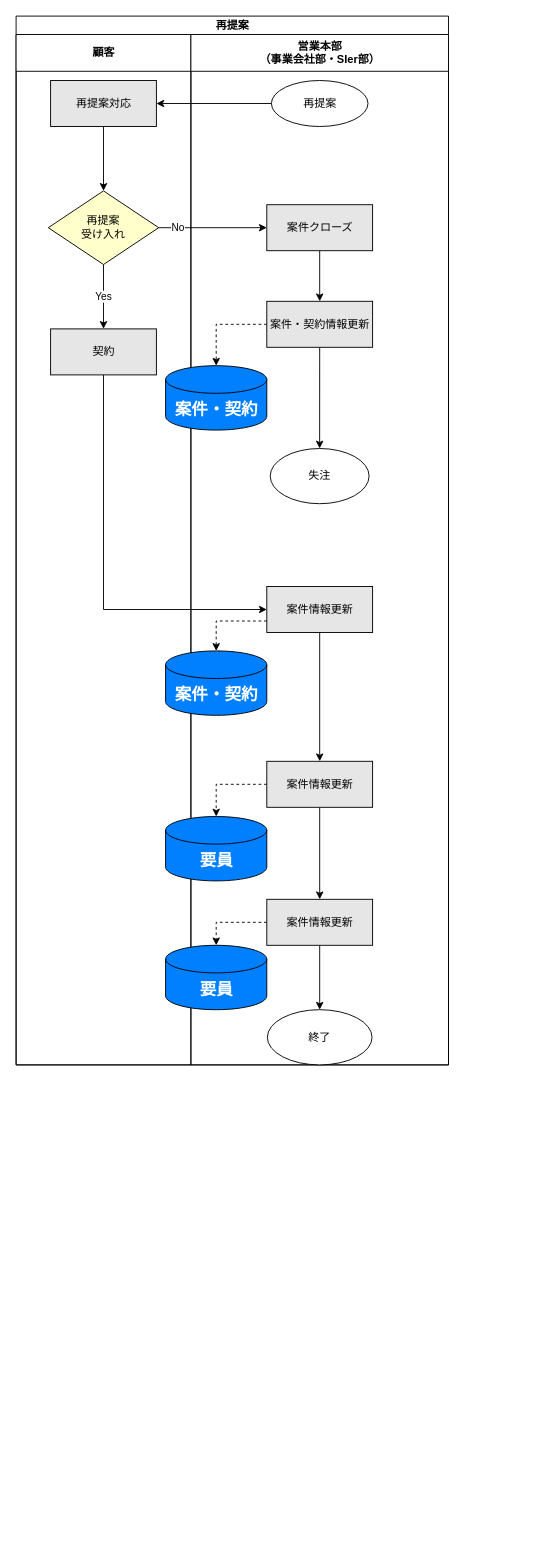
Above: page "再提案" (6 of 6) of 20230622To-Be業務フロー図.drawio in TaikiHorita/TaikiRepository (draw.io), before the change. Source tidied: cells renumbered, new cells numbered last; positions are measured from the earlier drawing's top-left corner, leaving out a move shared by most shapes. Both pictures are drawn from the tidied source at 92%, with x=0, y=0 at pixel (16, 16).
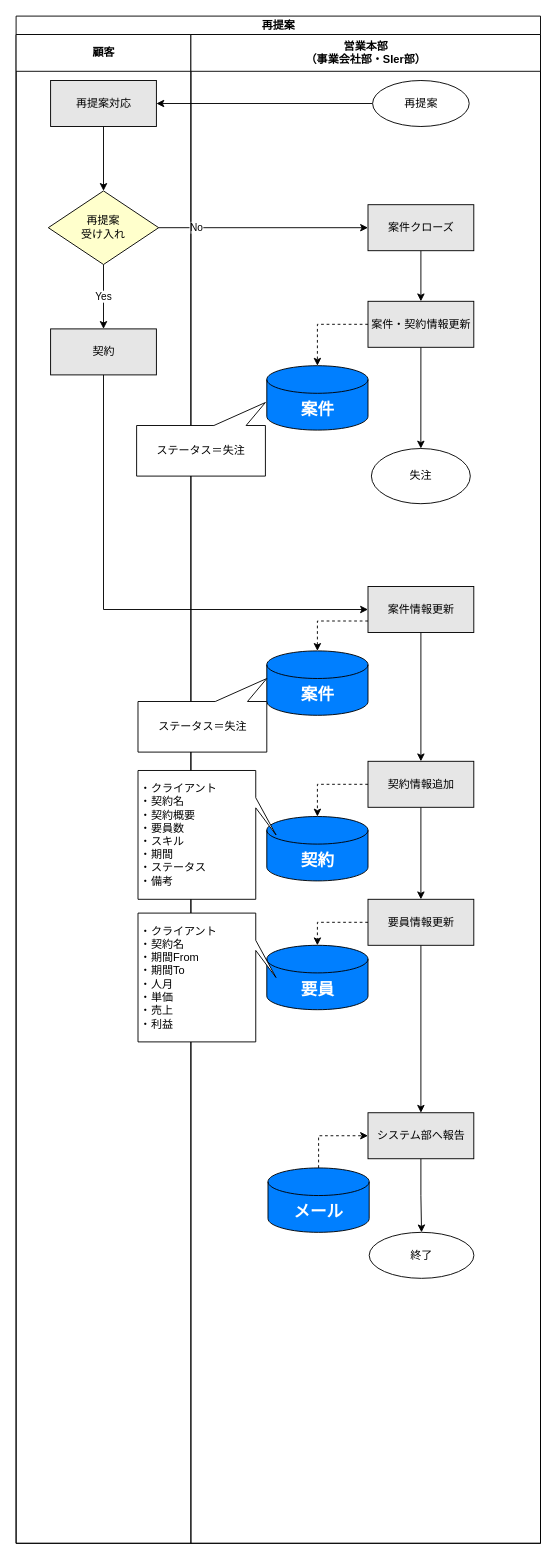
The same diagram, later.

Unchanged cells that the change refers to:
```xml
<mxCell id="5" value="再提案対応" style="rounded=0;whiteSpace=wrap;html=1;fillColor=#E6E6E6;" parent="3" vertex="1">
  <mxGeometry x="37.5" y="50" width="115" height="50" as="geometry" />
</mxCell>
<mxCell id="7" value="再提案&lt;br&gt;受け入れ" style="rhombus;whiteSpace=wrap;html=1;fillColor=#FFFFCC;" parent="3" vertex="1">
  <mxGeometry x="35" y="170" width="120" height="80" as="geometry" />
</mxCell>
<mxCell id="8" value="契約" style="rounded=0;whiteSpace=wrap;html=1;fillColor=#E6E6E6;" parent="3" vertex="1">
  <mxGeometry x="37.5" y="320" width="115" height="50" as="geometry" />
</mxCell>
```

Diff of the diagram source:
```diff
@@
     <mxCell id="2" value="再提案" style="swimlane;startSize=20;html=1;" parent="1" vertex="1">
-      <mxGeometry width="470" height="1140" as="geometry" />
+      <mxGeometry width="570" height="1660" as="geometry" />
     </mxCell>
     <mxCell id="3" value="顧客" style="swimlane;startSize=40;html=1;" parent="2" vertex="1">
-      <mxGeometry y="20" width="190" height="1120" as="geometry" />
+      <mxGeometry y="20" width="190" height="1640" as="geometry" />
     </mxCell>
@@
+    <mxCell id="31" style="edgeStyle=orthogonalEdgeStyle;rounded=0;jettySize=auto;html=1;exitX=0;exitY=0.5;exitDx=0;exitDy=0;entryX=1;entryY=0.5;entryDx=0;entryDy=0;" parent="2" edge="1" source="10" target="5">
+      <mxGeometry relative="1" as="geometry" />
+    </mxCell>
+    <mxCell id="32" value="No" style="edgeStyle=orthogonalEdgeStyle;rounded=0;jettySize=auto;html=1;exitX=1;exitY=0.5;exitDx=0;exitDy=0;entryX=0;entryY=0.5;entryDx=0;entryDy=0;" parent="2" edge="1" source="7" target="12">
+      <mxGeometry x="-0.64" relative="1" as="geometry" />
+    </mxCell>
+    <mxCell id="33" style="edgeStyle=orthogonalEdgeStyle;rounded=0;jettySize=auto;html=1;exitX=0.5;exitY=1;exitDx=0;exitDy=0;entryX=0;entryY=0.5;entryDx=0;entryDy=0;" parent="2" edge="1" source="8" target="20">
+      <mxGeometry relative="1" as="geometry" />
+    </mxCell>
     <mxCell id="9" value="営業本部&lt;br&gt;（事業会社部・SIer部）" style="swimlane;startSize=40;html=1;" parent="2" vertex="1">
-      <mxGeometry x="190" y="20" width="280" height="1120" as="geometry" />
+      <mxGeometry x="190" y="20" width="380" height="1640" as="geometry" />
     </mxCell>
     <mxCell id="10" value="再提案" style="ellipse;whiteSpace=wrap;html=1;" parent="9" vertex="1">
-      <mxGeometry x="87.5" y="50" width="105" height="50" as="geometry" />
+      <mxGeometry x="197.5" y="50" width="105" height="50" as="geometry" />
     </mxCell>
@@
     <mxCell id="12" value="案件クローズ" style="rounded=0;whiteSpace=wrap;html=1;fillColor=#E6E6E6;" parent="9" vertex="1">
-      <mxGeometry x="82.5" y="185" width="115" height="50" as="geometry" />
+      <mxGeometry x="192.5" y="185" width="115" height="50" as="geometry" />
     </mxCell>
@@
     <mxCell id="15" value="案件・契約情報更新" style="rounded=0;whiteSpace=wrap;html=1;fillColor=#E6E6E6;" parent="9" vertex="1">
-      <mxGeometry x="82.5" y="290" width="115" height="50" as="geometry" />
+      <mxGeometry x="192.5" y="290" width="115" height="50" as="geometry" />
     </mxCell>
-    <mxCell id="16" value="&lt;font color=&quot;#ffffff&quot;&gt;&lt;span style=&quot;font-size: 18px;&quot;&gt;&lt;b&gt;案件・契約&lt;/b&gt;&lt;/span&gt;&lt;/font&gt;" style="shape=cylinder3;whiteSpace=wrap;html=1;boundedLbl=1;backgroundOutline=1;size=15;fillColor=#007FFF;" parent="9" vertex="1">
-      <mxGeometry x="-27.5" y="360" width="110" height="70" as="geometry" />
+    <mxCell id="16" value="&lt;font color=&quot;#ffffff&quot;&gt;&lt;span style=&quot;font-size: 18px;&quot;&gt;&lt;b&gt;案件&lt;/b&gt;&lt;/span&gt;&lt;/font&gt;" style="shape=cylinder3;whiteSpace=wrap;html=1;boundedLbl=1;backgroundOutline=1;size=15;fillColor=#007FFF;" parent="9" vertex="1">
+      <mxGeometry x="82.5" y="360" width="110" height="70" as="geometry" />
     </mxCell>
     <mxCell id="17" value="失注" style="ellipse;whiteSpace=wrap;html=1;" parent="9" vertex="1">
-      <mxGeometry x="86.2" y="450" width="107.5" height="60" as="geometry" />
+      <mxGeometry x="196.2" y="450" width="107.5" height="60" as="geometry" />
     </mxCell>
@@
     <mxCell id="20" value="案件情報更新" style="rounded=0;whiteSpace=wrap;html=1;fillColor=#E6E6E6;" parent="9" vertex="1">
-      <mxGeometry x="82.5" y="600" width="115" height="50" as="geometry" />
+      <mxGeometry x="192.5" y="600" width="115" height="50" as="geometry" />
     </mxCell>
-    <mxCell id="21" value="&lt;font color=&quot;#ffffff&quot;&gt;&lt;span style=&quot;font-size: 18px;&quot;&gt;&lt;b&gt;案件・契約&lt;/b&gt;&lt;/span&gt;&lt;/font&gt;" style="shape=cylinder3;whiteSpace=wrap;html=1;boundedLbl=1;backgroundOutline=1;size=15;fillColor=#007FFF;" parent="9" vertex="1">
-      <mxGeometry x="-27.5" y="670" width="110" height="70" as="geometry" />
+    <mxCell id="21" value="&lt;font color=&quot;#ffffff&quot;&gt;&lt;span style=&quot;font-size: 18px;&quot;&gt;&lt;b&gt;案件&lt;/b&gt;&lt;/span&gt;&lt;/font&gt;" style="shape=cylinder3;whiteSpace=wrap;html=1;boundedLbl=1;backgroundOutline=1;size=15;fillColor=#007FFF;" parent="9" vertex="1">
+      <mxGeometry x="82.5" y="670" width="110" height="70" as="geometry" />
     </mxCell>
@@
-    <mxCell id="24" value="案件情報更新" style="rounded=0;whiteSpace=wrap;html=1;fillColor=#E6E6E6;" parent="9" vertex="1">
-      <mxGeometry x="82.5" y="790" width="115" height="50" as="geometry" />
+    <mxCell id="24" value="契約情報追加" style="rounded=0;whiteSpace=wrap;html=1;fillColor=#E6E6E6;" parent="9" vertex="1">
+      <mxGeometry x="192.5" y="790" width="115" height="50" as="geometry" />
     </mxCell>
-    <mxCell id="25" value="&lt;font color=&quot;#ffffff&quot;&gt;&lt;span style=&quot;font-size: 18px;&quot;&gt;&lt;b&gt;要員&lt;/b&gt;&lt;/span&gt;&lt;/font&gt;" style="shape=cylinder3;whiteSpace=wrap;html=1;boundedLbl=1;backgroundOutline=1;size=15;fillColor=#007FFF;" parent="9" vertex="1">
-      <mxGeometry x="-27.5" y="850" width="110" height="70" as="geometry" />
+    <mxCell id="25" value="&lt;font color=&quot;#ffffff&quot;&gt;&lt;span style=&quot;font-size: 18px;&quot;&gt;&lt;b&gt;契約&lt;/b&gt;&lt;/span&gt;&lt;/font&gt;" style="shape=cylinder3;whiteSpace=wrap;html=1;boundedLbl=1;backgroundOutline=1;size=15;fillColor=#007FFF;" parent="9" vertex="1">
+      <mxGeometry x="82.5" y="850" width="110" height="70" as="geometry" />
     </mxCell>
@@
-    <mxCell id="27" style="edgeStyle=orthogonalEdgeStyle;rounded=0;jettySize=auto;html=1;exitX=0.5;exitY=1;exitDx=0;exitDy=0;entryX=0.5;entryY=0;entryDx=0;entryDy=0;" parent="9" edge="1" source="28" target="30">
-      <mxGeometry relative="1" as="geometry" />
-    </mxCell>
+    <mxCell id="34" style="edgeStyle=orthogonalEdgeStyle;rounded=0;jettySize=auto;html=1;exitX=0.5;exitY=1;exitDx=0;exitDy=0;entryX=0.5;entryY=0;entryDx=0;entryDy=0;" parent="9" edge="1" source="28" target="39">
+      <mxGeometry relative="1" as="geometry" />
+    </mxCell>
-    <mxCell id="28" value="案件情報更新" style="rounded=0;whiteSpace=wrap;html=1;fillColor=#E6E6E6;" parent="9" vertex="1">
-      <mxGeometry x="82.5" y="940" width="115" height="50" as="geometry" />
+    <mxCell id="28" value="要員情報更新" style="rounded=0;whiteSpace=wrap;html=1;fillColor=#E6E6E6;" parent="9" vertex="1">
+      <mxGeometry x="192.5" y="940" width="115" height="50" as="geometry" />
     </mxCell>
     <mxCell id="29" value="&lt;font color=&quot;#ffffff&quot;&gt;&lt;span style=&quot;font-size: 18px;&quot;&gt;&lt;b&gt;要員&lt;/b&gt;&lt;/span&gt;&lt;/font&gt;" style="shape=cylinder3;whiteSpace=wrap;html=1;boundedLbl=1;backgroundOutline=1;size=15;fillColor=#007FFF;" parent="9" vertex="1">
-      <mxGeometry x="-27.5" y="990" width="110" height="70" as="geometry" />
+      <mxGeometry x="82.5" y="990" width="110" height="70" as="geometry" />
     </mxCell>
     <mxCell id="30" value="終了" style="ellipse;whiteSpace=wrap;html=1;" parent="9" vertex="1">
-      <mxGeometry x="83.1" y="1060" width="113.8" height="60" as="geometry" />
+      <mxGeometry x="193.8" y="1302" width="113.8" height="50" as="geometry" />
     </mxCell>
-    <mxCell id="31" style="edgeStyle=orthogonalEdgeStyle;rounded=0;jettySize=auto;html=1;exitX=0;exitY=0.5;exitDx=0;exitDy=0;entryX=1;entryY=0.5;entryDx=0;entryDy=0;" parent="2" edge="1" source="10" target="5">
-      <mxGeometry relative="1" as="geometry" />
-    </mxCell>
-    <mxCell id="32" value="No" style="edgeStyle=orthogonalEdgeStyle;rounded=0;jettySize=auto;html=1;exitX=1;exitY=0.5;exitDx=0;exitDy=0;entryX=0;entryY=0.5;entryDx=0;entryDy=0;" parent="2" edge="1" source="7" target="12">
-      <mxGeometry x="-0.64" relative="1" as="geometry" />
-    </mxCell>
-    <mxCell id="33" style="edgeStyle=orthogonalEdgeStyle;rounded=0;jettySize=auto;html=1;exitX=0.5;exitY=1;exitDx=0;exitDy=0;entryX=0;entryY=0.5;entryDx=0;entryDy=0;" parent="2" edge="1" source="8" target="20">
-      <mxGeometry relative="1" as="geometry" />
-    </mxCell>
+    <mxCell id="35" value="ステータス＝失注" style="shape=callout;whiteSpace=wrap;html=1;perimeter=calloutPerimeter;direction=west;base=35;position2=0;size=25;position=0.15;" parent="9" vertex="1">
+      <mxGeometry x="-57.5" y="700" width="140" height="80" as="geometry" />
+    </mxCell>
+    <mxCell id="36" value="&lt;div style=&quot;border-color: var(--border-color);&quot;&gt;・クライアント&lt;/div&gt;&lt;div style=&quot;border-color: var(--border-color);&quot;&gt;&lt;span style=&quot;border-color: var(--border-color); background-color: initial;&quot;&gt;・契約名&lt;/span&gt;&lt;/div&gt;&lt;div style=&quot;border-color: var(--border-color);&quot;&gt;&lt;span style=&quot;border-color: var(--border-color); background-color: initial;&quot;&gt;・契約概要&lt;/span&gt;&lt;/div&gt;&lt;div style=&quot;border-color: var(--border-color);&quot;&gt;&lt;span style=&quot;border-color: var(--border-color); background-color: initial;&quot;&gt;・要員数&lt;/span&gt;&lt;/div&gt;&lt;div style=&quot;border-color: var(--border-color);&quot;&gt;&lt;span style=&quot;border-color: var(--border-color); background-color: initial;&quot;&gt;・スキル&lt;/span&gt;&lt;/div&gt;&lt;div style=&quot;border-color: var(--border-color);&quot;&gt;&lt;span style=&quot;border-color: var(--border-color); background-color: initial;&quot;&gt;・期間&lt;/span&gt;&lt;/div&gt;&lt;div style=&quot;border-color: var(--border-color);&quot;&gt;&lt;span style=&quot;border-color: var(--border-color); background-color: initial;&quot;&gt;・ステータス&lt;/span&gt;&lt;/div&gt;&lt;div style=&quot;border-color: var(--border-color);&quot;&gt;&lt;span style=&quot;border-color: var(--border-color); background-color: initial;&quot;&gt;・備考&lt;/span&gt;&lt;/div&gt;" style="shape=callout;whiteSpace=wrap;html=1;perimeter=calloutPerimeter;direction=north;base=11;position2=0.5;size=22;position=0.71;align=left;" parent="9" vertex="1">
+      <mxGeometry x="-57.5" y="800" width="150" height="140" as="geometry" />
+    </mxCell>
+    <mxCell id="37" value="&lt;div style=&quot;border-color: var(--border-color);&quot;&gt;・クライアント&lt;/div&gt;&lt;div style=&quot;border-color: var(--border-color);&quot;&gt;&lt;span style=&quot;border-color: var(--border-color); background-color: initial;&quot;&gt;・契約名&lt;/span&gt;&lt;/div&gt;&lt;div style=&quot;border-color: var(--border-color);&quot;&gt;&lt;span style=&quot;border-color: var(--border-color); background-color: initial;&quot;&gt;・期間From&lt;/span&gt;&lt;/div&gt;&lt;div style=&quot;border-color: var(--border-color);&quot;&gt;&lt;span style=&quot;border-color: var(--border-color); background-color: initial;&quot;&gt;・期間To&lt;/span&gt;&lt;/div&gt;&lt;div style=&quot;border-color: var(--border-color);&quot;&gt;&lt;span style=&quot;border-color: var(--border-color); background-color: initial;&quot;&gt;・人月&lt;/span&gt;&lt;/div&gt;&lt;div style=&quot;border-color: var(--border-color);&quot;&gt;&lt;span style=&quot;border-color: var(--border-color); background-color: initial;&quot;&gt;・単価&lt;/span&gt;&lt;/div&gt;&lt;div style=&quot;border-color: var(--border-color);&quot;&gt;&lt;span style=&quot;border-color: var(--border-color); background-color: initial;&quot;&gt;・売上&lt;/span&gt;&lt;/div&gt;&lt;div style=&quot;border-color: var(--border-color);&quot;&gt;&lt;span style=&quot;border-color: var(--border-color); background-color: initial;&quot;&gt;・利益&lt;/span&gt;&lt;/div&gt;" style="shape=callout;whiteSpace=wrap;html=1;perimeter=calloutPerimeter;direction=north;base=11;position2=0.5;size=22;position=0.71;align=left;" parent="9" vertex="1">
+      <mxGeometry x="-57.5" y="955" width="150" height="140" as="geometry" />
+    </mxCell>
+    <mxCell id="38" style="edgeStyle=orthogonalEdgeStyle;rounded=0;jettySize=auto;html=1;exitX=0.5;exitY=1;exitDx=0;exitDy=0;entryX=0.5;entryY=0;entryDx=0;entryDy=0;" parent="9" edge="1" source="39" target="30">
+      <mxGeometry relative="1" as="geometry" />
+    </mxCell>
+    <mxCell id="39" value="システム部へ報告" style="rounded=0;whiteSpace=wrap;html=1;fillColor=#E6E6E6;" parent="9" vertex="1">
+      <mxGeometry x="192.5" y="1172" width="115" height="50" as="geometry" />
+    </mxCell>
+    <mxCell id="40" style="edgeStyle=orthogonalEdgeStyle;rounded=0;jettySize=auto;html=1;exitX=0.5;exitY=0;exitDx=0;exitDy=0;exitPerimeter=0;entryX=0;entryY=0.5;entryDx=0;entryDy=0;dashed=1;" parent="9" edge="1" source="41" target="39">
+      <mxGeometry relative="1" as="geometry" />
+    </mxCell>
+    <mxCell id="41" value="&lt;font color=&quot;#ffffff&quot;&gt;&lt;span style=&quot;font-size: 18px;&quot;&gt;&lt;b&gt;メール&lt;/b&gt;&lt;/span&gt;&lt;/font&gt;" style="shape=cylinder3;whiteSpace=wrap;html=1;boundedLbl=1;backgroundOutline=1;size=15;fillColor=#007FFF;" parent="9" vertex="1">
+      <mxGeometry x="83.8" y="1232" width="110" height="70" as="geometry" />
+    </mxCell>
+    <mxCell id="42" value="ステータス＝失注" style="shape=callout;whiteSpace=wrap;html=1;perimeter=calloutPerimeter;direction=west;base=35;position2=0;size=25;position=0.15;" parent="1" vertex="1">
+      <mxGeometry x="131" y="420" width="140" height="80" as="geometry" />
+    </mxCell>
```
